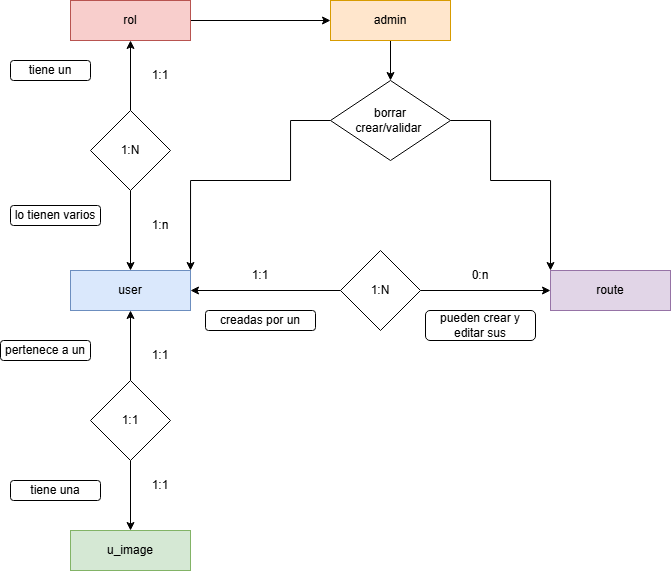
The draw.io diagram img/diagrams/routes-aed_entity-relations-diagram.drawio.png in PeterMartEsc/rutas-aed, before a commit. Source tidied: cells renumbered, new cells last; positions are measured from the earlier drawing's top-left corner, leaving out a move shared by most shapes.
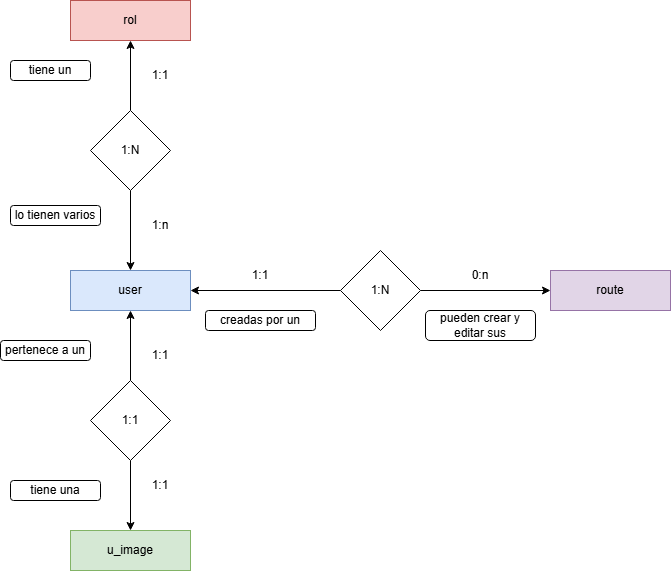
The same file after the commit.

Change to the diagram source:
```diff
@@ -29,9 +29,6 @@
     <mxCell id="10" value="1:1" style="text;html=1;align=center;verticalAlign=middle;whiteSpace=wrap;rounded=0;" parent="1" vertex="1">
       <mxGeometry x="130" y="470" width="60" height="30" as="geometry" />
     </mxCell>
-    <mxCell id="11" style="edgeStyle=orthogonalEdgeStyle;rounded=0;jettySize=auto;html=1;exitX=1;exitY=0.5;exitDx=0;exitDy=0;entryX=0;entryY=0.5;entryDx=0;entryDy=0;" parent="1" edge="1" source="12" target="27">
-      <mxGeometry relative="1" as="geometry" />
-    </mxCell>
     <mxCell id="12" value="rol" style="rounded=0;whiteSpace=wrap;html=1;fillColor=#f8cecc;strokeColor=#b85450;" parent="1" vertex="1">
       <mxGeometry x="70" width="120" height="40" as="geometry" />
     </mxCell>
@@ -74,32 +71,6 @@
     <mxCell id="25" value="1:1" style="text;html=1;align=center;verticalAlign=middle;whiteSpace=wrap;rounded=0;" parent="1" vertex="1">
       <mxGeometry x="230" y="260" width="60" height="30" as="geometry" />
     </mxCell>
-    <mxCell id="26" style="edgeStyle=orthogonalEdgeStyle;rounded=0;jettySize=auto;html=1;exitX=0.5;exitY=1;exitDx=0;exitDy=0;entryX=0.5;entryY=0;entryDx=0;entryDy=0;" parent="1" edge="1" source="27" target="30">
-      <mxGeometry relative="1" as="geometry" />
-    </mxCell>
-    <mxCell id="27" value="admin" style="rounded=0;whiteSpace=wrap;html=1;fillColor=#ffe6cc;strokeColor=#d79b00;" parent="1" vertex="1">
-      <mxGeometry x="330" width="120" height="40" as="geometry" />
-    </mxCell>
-    <mxCell id="28" style="edgeStyle=orthogonalEdgeStyle;rounded=0;jettySize=auto;html=1;exitX=0;exitY=0.5;exitDx=0;exitDy=0;entryX=1;entryY=0;entryDx=0;entryDy=0;" parent="1" edge="1" source="30" target="3">
-      <mxGeometry relative="1" as="geometry">
-        <Array as="points">
-          <mxPoint x="290" y="120" />
-          <mxPoint x="290" y="180" />
-          <mxPoint x="190" y="180" />
-        </Array>
-      </mxGeometry>
-    </mxCell>
-    <mxCell id="29" style="edgeStyle=orthogonalEdgeStyle;rounded=0;jettySize=auto;html=1;exitX=1;exitY=0.5;exitDx=0;exitDy=0;entryX=0;entryY=0;entryDx=0;entryDy=0;" parent="1" edge="1" source="30" target="4">
-      <mxGeometry relative="1" as="geometry">
-        <Array as="points">
-          <mxPoint x="490" y="180" />
-          <mxPoint x="550" y="180" />
-        </Array>
-      </mxGeometry>
-    </mxCell>
-    <mxCell id="30" value="&lt;div&gt;borrar&lt;/div&gt;crear/validar&amp;nbsp;" style="rhombus;whiteSpace=wrap;html=1;" parent="1" vertex="1">
-      <mxGeometry x="330" y="80" width="120" height="80" as="geometry" />
-    </mxCell>
     <mxCell id="31" value="pueden crear y editar sus" style="rounded=1;whiteSpace=wrap;html=1;" parent="1" vertex="1">
       <mxGeometry x="425" y="310" width="110" height="30" as="geometry" />
     </mxCell>
```
